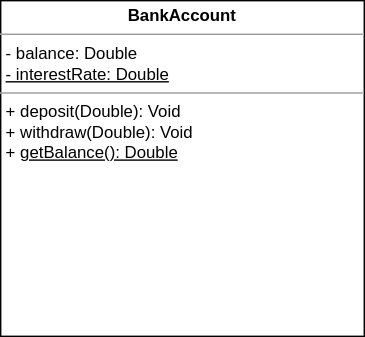
Before: Diagramas/DiagBankAccount.drawio.svg, a diagram exported from draw.io (borjamiguens/BankAccount). Source tidied: cells renumbered, new cells last; positions are measured from the earlier drawing's top-left corner, leaving out a move shared by most shapes.
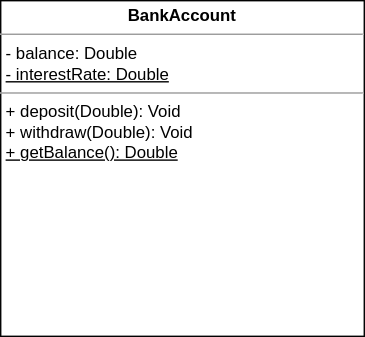
After the change.

Change to the diagram source:
```diff
@@ -2,7 +2,7 @@
   <root>
     <mxCell id="0" />
     <mxCell id="1" parent="0" />
-    <mxCell id="2" value="&lt;p style=&quot;margin: 0px ; margin-top: 4px ; text-align: center&quot;&gt;&lt;b&gt;BankAccount&lt;/b&gt;&lt;/p&gt;&lt;hr size=&quot;1&quot;&gt;&lt;p style=&quot;margin: 0px ; margin-left: 4px&quot;&gt;- balance: Double&lt;br&gt;&lt;u&gt;- interestRate: Double&lt;/u&gt;&lt;/p&gt;&lt;hr size=&quot;1&quot;&gt;&lt;p style=&quot;margin: 0px ; margin-left: 4px&quot;&gt;+ deposit(Double): Void&lt;br&gt;+ withdraw(Double): Void&lt;/p&gt;&lt;p style=&quot;margin: 0px ; margin-left: 4px&quot;&gt;+ &lt;u&gt;getBalance(): Double&lt;/u&gt;&lt;/p&gt;" style="verticalAlign=top;align=left;overflow=fill;fontSize=12;fontFamily=Helvetica;html=1;" parent="1" vertex="1">
+    <mxCell id="2" value="&lt;p style=&quot;margin: 0px ; margin-top: 4px ; text-align: center&quot;&gt;&lt;b&gt;BankAccount&lt;/b&gt;&lt;/p&gt;&lt;hr size=&quot;1&quot;&gt;&lt;p style=&quot;margin: 0px ; margin-left: 4px&quot;&gt;- balance: Double&lt;br&gt;&lt;u&gt;- interestRate: Double&lt;/u&gt;&lt;/p&gt;&lt;hr size=&quot;1&quot;&gt;&lt;p style=&quot;margin: 0px ; margin-left: 4px&quot;&gt;+ deposit(Double): Void&lt;br&gt;+ withdraw(Double): Void&lt;/p&gt;&lt;p style=&quot;margin: 0px ; margin-left: 4px&quot;&gt;&lt;u&gt;+ getBalance(): Double&lt;/u&gt;&lt;/p&gt;" style="verticalAlign=top;align=left;overflow=fill;fontSize=12;fontFamily=Helvetica;html=1;" parent="1" vertex="1">
       <mxGeometry width="260" height="240" as="geometry" />
     </mxCell>
   </root>
```
